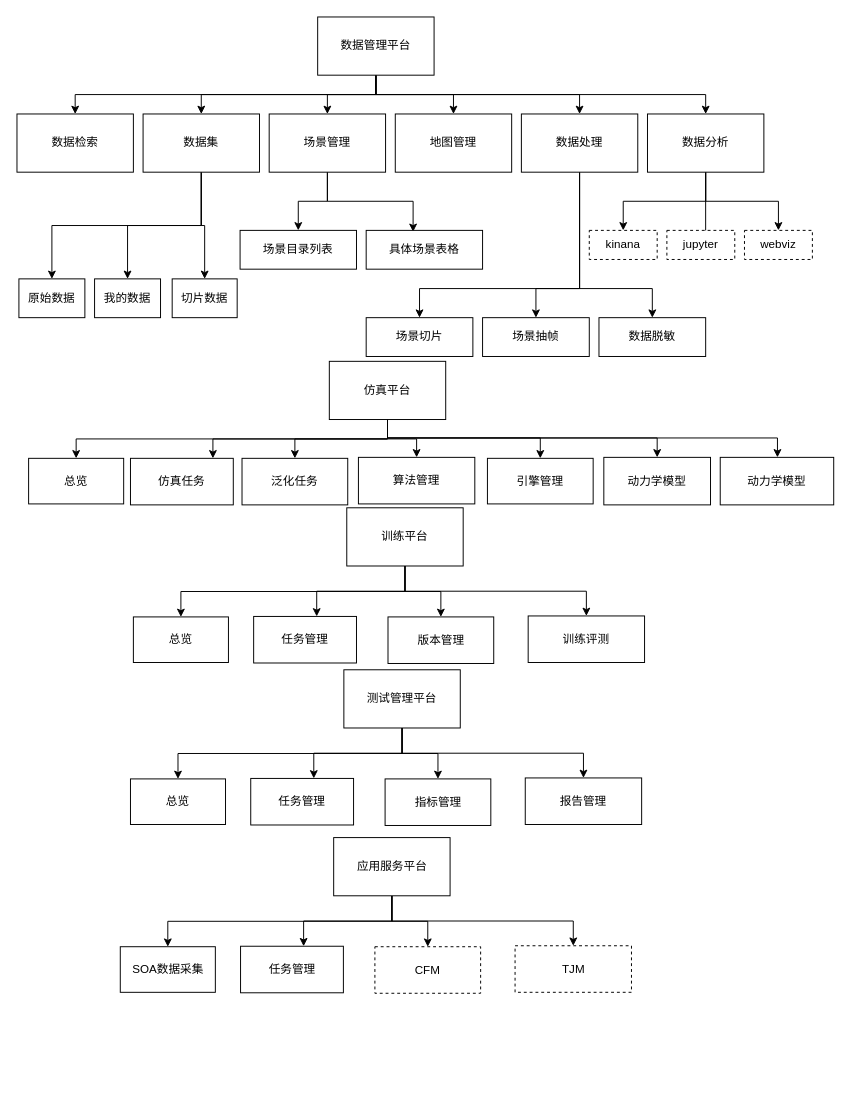
Above: arch.drawio in tigershinny/docs (draw.io), before the change. Source tidied: cells renumbered, new cells numbered last; positions are measured from the earlier drawing's top-left corner, leaving out a move shared by most shapes. Both pictures are drawn from the tidied source at 97%, with x=0, y=0 at pixel (16, 16).
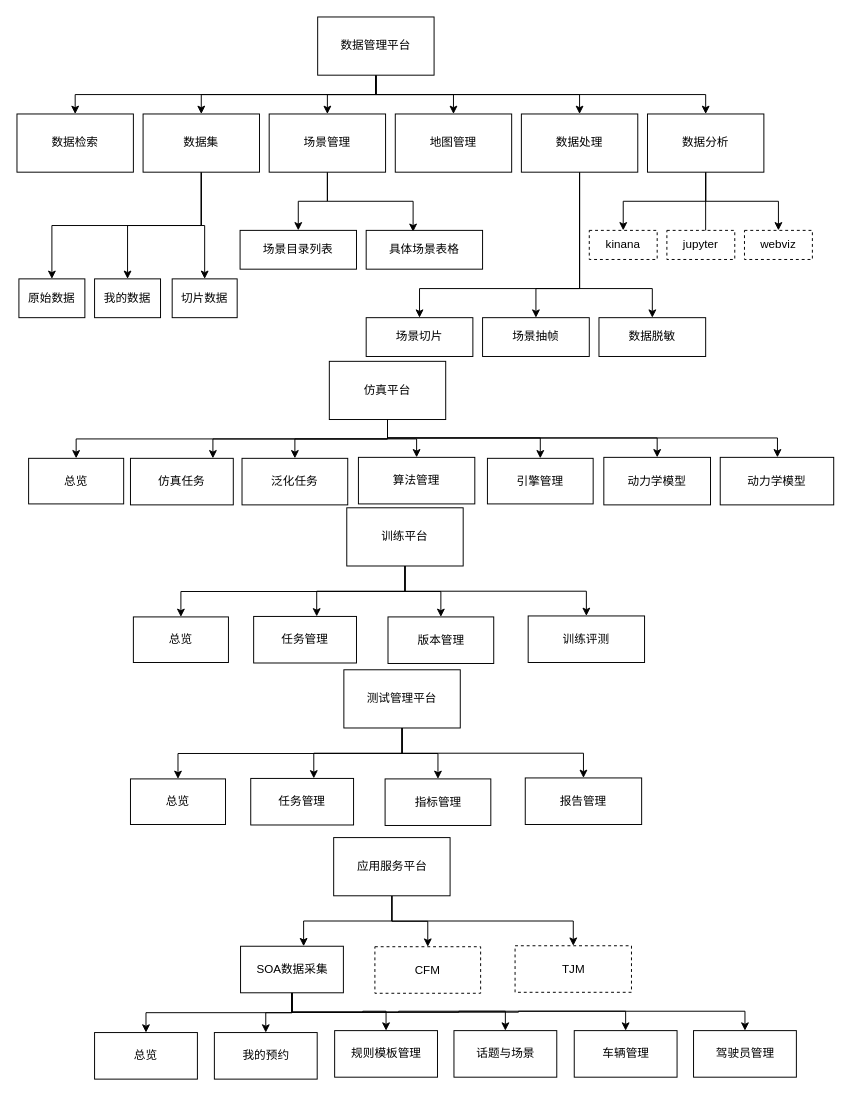
The same page after the edit.

The change refers to these unchanged cells:
```xml
<mxCell id="74" value="应用服务平台" style="rounded=0;whiteSpace=wrap;html=1;" parent="1" vertex="1">
  <mxGeometry x="326.5" y="846" width="120" height="60" as="geometry" />
</mxCell>
```

Change to the diagram source:
```diff
@@
-    <mxCell id="70" style="edgeStyle=orthogonalEdgeStyle;rounded=0;jettySize=auto;html=1;exitX=0.5;exitY=1;exitDx=0;exitDy=0;" parent="1" edge="1" source="74" target="75">
-      <mxGeometry relative="1" as="geometry" />
-    </mxCell>
@@
-    <mxCell id="75" value="SOA数据采集" style="rounded=0;whiteSpace=wrap;html=1;" parent="1" vertex="1">
-      <mxGeometry x="106.5" y="958.5" width="98" height="47" as="geometry" />
-    </mxCell>
+    <mxCell id="79" style="edgeStyle=orthogonalEdgeStyle;rounded=0;jettySize=auto;html=1;exitX=0.5;exitY=1;exitDx=0;exitDy=0;" parent="1" edge="1" source="76" target="86">
+      <mxGeometry relative="1" as="geometry" />
+    </mxCell>
+    <mxCell id="80" style="edgeStyle=orthogonalEdgeStyle;rounded=0;jettySize=auto;html=1;" parent="1" edge="1" source="76" target="87">
+      <mxGeometry relative="1" as="geometry" />
+    </mxCell>
+    <mxCell id="81" style="edgeStyle=orthogonalEdgeStyle;rounded=0;jettySize=auto;html=1;" parent="1" edge="1" source="76" target="88">
+      <mxGeometry relative="1" as="geometry" />
+    </mxCell>
+    <mxCell id="82" style="edgeStyle=orthogonalEdgeStyle;rounded=0;jettySize=auto;html=1;exitX=0.5;exitY=1;exitDx=0;exitDy=0;entryX=0.5;entryY=0;entryDx=0;entryDy=0;" parent="1" edge="1" source="76" target="89">
+      <mxGeometry relative="1" as="geometry" />
+    </mxCell>
+    <mxCell id="83" style="edgeStyle=orthogonalEdgeStyle;rounded=0;jettySize=auto;html=1;exitX=0.5;exitY=1;exitDx=0;exitDy=0;" parent="1" edge="1" source="76" target="90">
+      <mxGeometry relative="1" as="geometry" />
+    </mxCell>
+    <mxCell id="84" style="edgeStyle=orthogonalEdgeStyle;rounded=0;jettySize=auto;html=1;exitX=0.5;exitY=1;exitDx=0;exitDy=0;entryX=0.5;entryY=0;entryDx=0;entryDy=0;" parent="1" edge="1" source="76" target="91">
+      <mxGeometry relative="1" as="geometry" />
+    </mxCell>
-    <mxCell id="76" value="任务管理" style="rounded=0;whiteSpace=wrap;html=1;" parent="1" vertex="1">
+    <mxCell id="76" value="SOA数据采集" style="rounded=0;whiteSpace=wrap;html=1;" parent="1" vertex="1">
       <mxGeometry x="230.5" y="958" width="106" height="48" as="geometry" />
     </mxCell>
@@
+    <mxCell id="85" style="group;" parent="1" vertex="1">
+      <mxGeometry x="80" y="1045" width="723.5" height="50" as="geometry" />
+    </mxCell>
+    <mxCell id="86" value="总览" style="rounded=0;whiteSpace=wrap;html=1;" parent="85" vertex="1">
+      <mxGeometry y="2" width="106" height="48" as="geometry" />
+    </mxCell>
+    <mxCell id="87" value="我的预约" style="rounded=0;whiteSpace=wrap;html=1;" parent="85" vertex="1">
+      <mxGeometry x="123.5" y="2" width="106" height="48" as="geometry" />
+    </mxCell>
+    <mxCell id="88" value="规则模板管理" style="rounded=0;whiteSpace=wrap;html=1;" parent="85" vertex="1">
+      <mxGeometry x="247.5" width="106" height="48" as="geometry" />
+    </mxCell>
+    <mxCell id="89" value="话题与场景" style="rounded=0;whiteSpace=wrap;html=1;" parent="85" vertex="1">
+      <mxGeometry x="370.5" width="106" height="48" as="geometry" />
+    </mxCell>
+    <mxCell id="90" value="车辆管理" style="rounded=0;whiteSpace=wrap;html=1;" parent="85" vertex="1">
+      <mxGeometry x="494.5" width="106" height="48" as="geometry" />
+    </mxCell>
+    <mxCell id="91" value="驾驶员管理" style="rounded=0;whiteSpace=wrap;html=1;" parent="85" vertex="1">
+      <mxGeometry x="617.5" width="106" height="48" as="geometry" />
+    </mxCell>
```
